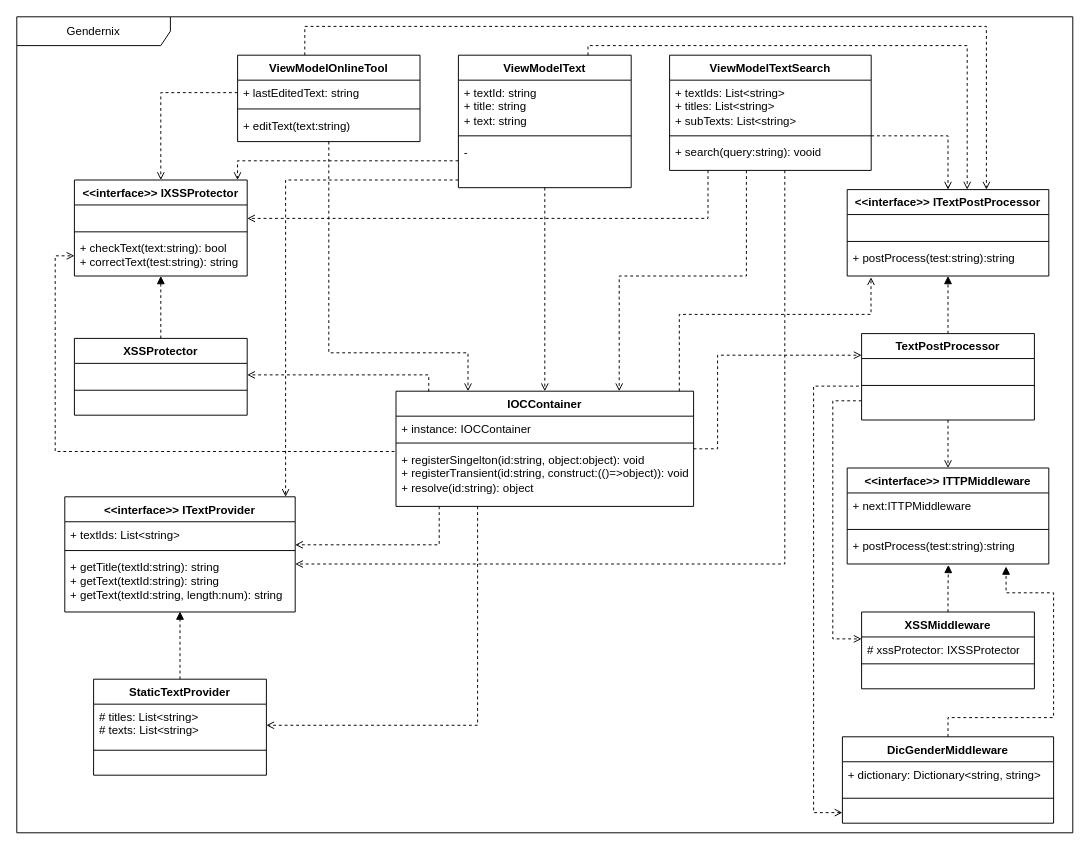
Before: drawio_class_gendernix.drawio in SteiningerSebastian/Gendernix, a draw.io diagram. Source tidied: cells renumbered, new cells numbered last; positions are measured from the earlier drawing's top-left corner, leaving out a move shared by most shapes. Both pictures are drawn from the tidied source at 96%, with x=0, y=0 at pixel (16, 16).
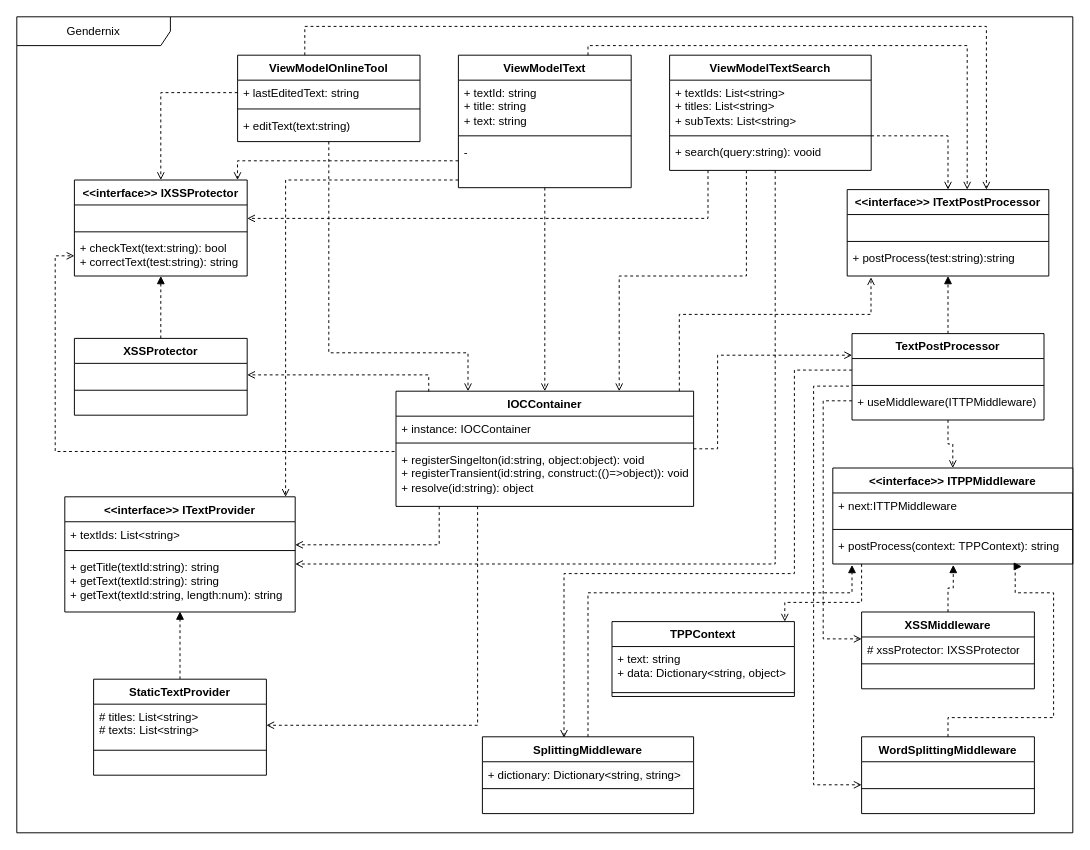
After the change.

Unchanged cells that the change refers to:
```xml
<mxCell id="2" value="Gendernix" style="shape=umlFrame;whiteSpace=wrap;html=1;width=160;" parent="1" vertex="1">
  <mxGeometry width="1100" height="850" as="geometry" />
</mxCell>
<mxCell id="17" value="&amp;lt;&amp;lt;interface&amp;gt;&amp;gt; ITextPostProcessor" style="swimlane;fontStyle=1;align=center;verticalAlign=top;horizontal=1;startSize=26;whiteSpace=wrap;html=1;" parent="2" vertex="1">
  <mxGeometry x="865" y="180" width="210" height="90" as="geometry" />
</mxCell>
<mxCell id="63" value="+ search(query:string): vooid" style="text;strokeColor=none;fillColor=none;align=left;verticalAlign=top;spacingLeft=4;spacingRight=4;overflow=hidden;points=[[0,0.5],[1,0.5]];portConstraint=eastwest;whiteSpace=wrap;html=1;" parent="60" vertex="1">
  <mxGeometry y="88" width="210" height="32" as="geometry" />
</mxCell>
```

Change to the diagram source:
```diff
@@
-    <mxCell id="20" value="+ postProcess(test:string):string" style="text;strokeColor=none;fillColor=none;align=left;verticalAlign=top;spacingLeft=4;spacingRight=4;overflow=hidden;points=[[0,0.5],[1,0.5]];portConstraint=eastwest;whiteSpace=wrap;html=1;" parent="17" vertex="1">
+    <mxCell id="20" value="+ postProcess(test:string):string&lt;br&gt;" style="text;strokeColor=none;fillColor=none;align=left;verticalAlign=top;spacingLeft=4;spacingRight=4;overflow=hidden;points=[[0,0.5],[1,0.5]];portConstraint=eastwest;whiteSpace=wrap;html=1;" parent="17" vertex="1">
       <mxGeometry y="58" width="210" height="32" as="geometry" />
     </mxCell>
@@
     <mxCell id="23" value="TextPostProcessor" style="swimlane;fontStyle=1;align=center;verticalAlign=top;horizontal=1;startSize=26;whiteSpace=wrap;html=1;" parent="2" vertex="1">
-      <mxGeometry x="880" y="330" width="180" height="90" as="geometry" />
+      <mxGeometry x="870" y="330" width="200" height="90" as="geometry" />
     </mxCell>
     <mxCell id="24" value="&amp;nbsp;" style="text;strokeColor=none;fillColor=none;align=left;verticalAlign=top;spacingLeft=4;spacingRight=4;overflow=hidden;points=[[0,0.5],[1,0.5]];portConstraint=eastwest;whiteSpace=wrap;html=1;" parent="23" vertex="1">
-      <mxGeometry y="26" width="180" height="24" as="geometry" />
+      <mxGeometry y="26" width="200" height="24" as="geometry" />
     </mxCell>
     <mxCell id="25" style="line;strokeWidth=1;fillColor=none;align=left;verticalAlign=middle;spacingTop=-1;spacingLeft=3;spacingRight=3;labelPosition=right;strokeColor=inherit;" parent="23" vertex="1">
-      <mxGeometry y="50" width="180" height="8" as="geometry" />
+      <mxGeometry y="50" width="200" height="8" as="geometry" />
     </mxCell>
-    <mxCell id="26" value="&amp;nbsp;" style="text;strokeColor=none;fillColor=none;align=left;verticalAlign=top;spacingLeft=4;spacingRight=4;overflow=hidden;points=[[0,0.5],[1,0.5]];portConstraint=eastwest;whiteSpace=wrap;html=1;" parent="23" vertex="1">
-      <mxGeometry y="58" width="180" height="32" as="geometry" />
+    <mxCell id="26" value="+&amp;nbsp;useMiddleware(ITTPMiddleware)" style="text;strokeColor=none;fillColor=none;align=left;verticalAlign=top;spacingLeft=4;spacingRight=4;overflow=hidden;points=[[0,0.5],[1,0.5]];portConstraint=eastwest;whiteSpace=wrap;html=1;" parent="23" vertex="1">
+      <mxGeometry y="58" width="200" height="32" as="geometry" />
     </mxCell>
-    <mxCell id="27" value="&amp;lt;&amp;lt;interface&amp;gt;&amp;gt; ITTPMiddleware" style="swimlane;fontStyle=1;align=center;verticalAlign=top;horizontal=1;startSize=26;whiteSpace=wrap;html=1;" parent="2" vertex="1">
-      <mxGeometry x="865" y="470" width="210" height="100" as="geometry" />
+    <mxCell id="27" value="&amp;lt;&amp;lt;interface&amp;gt;&amp;gt; ITPPMiddleware" style="swimlane;fontStyle=1;align=center;verticalAlign=top;horizontal=1;startSize=26;whiteSpace=wrap;html=1;" parent="2" vertex="1">
+      <mxGeometry x="850" y="470" width="250" height="100" as="geometry" />
     </mxCell>
     <mxCell id="28" value="+ next:ITTPMiddleware" style="text;strokeColor=none;fillColor=none;align=left;verticalAlign=top;spacingLeft=4;spacingRight=4;overflow=hidden;whiteSpace=wrap;html=1;" parent="27" vertex="1">
-      <mxGeometry y="26" width="210" height="34" as="geometry" />
+      <mxGeometry y="26" width="250" height="34" as="geometry" />
     </mxCell>
     <mxCell id="29" style="line;strokeWidth=1;fillColor=none;align=left;verticalAlign=middle;spacingTop=-1;spacingLeft=3;spacingRight=3;labelPosition=right;strokeColor=inherit;" parent="27" vertex="1">
-      <mxGeometry y="60" width="210" height="8" as="geometry" />
+      <mxGeometry y="60" width="250" height="8" as="geometry" />
     </mxCell>
-    <mxCell id="30" value="+ postProcess(test:string):string" style="text;strokeColor=none;fillColor=none;align=left;verticalAlign=top;spacingLeft=4;spacingRight=4;overflow=hidden;points=[[0,0.5],[1,0.5]];portConstraint=eastwest;whiteSpace=wrap;html=1;" parent="27" vertex="1">
-      <mxGeometry y="68" width="210" height="32" as="geometry" />
+    <mxCell id="30" value="+ postProcess(context: TPPContext): string" style="text;strokeColor=none;fillColor=none;align=left;verticalAlign=top;spacingLeft=4;spacingRight=4;overflow=hidden;points=[[0,0.5],[1,0.5]];portConstraint=eastwest;whiteSpace=wrap;html=1;" parent="27" vertex="1">
+      <mxGeometry y="68" width="250" height="32" as="geometry" />
     </mxCell>
@@
-    <mxCell id="35" value="DicGenderMiddleware" style="swimlane;fontStyle=1;align=center;verticalAlign=top;horizontal=1;startSize=26;whiteSpace=wrap;html=1;" parent="2" vertex="1">
-      <mxGeometry x="860" y="750" width="220" height="90" as="geometry" />
+    <mxCell id="35" value="WordSplittingMiddleware" style="swimlane;fontStyle=1;align=center;verticalAlign=top;horizontal=1;startSize=26;whiteSpace=wrap;html=1;" parent="2" vertex="1">
+      <mxGeometry x="880" y="750" width="180" height="80" as="geometry" />
     </mxCell>
-    <mxCell id="36" value="+ dictionary: Dictionary&amp;lt;string, string&amp;gt;&amp;nbsp;" style="text;strokeColor=none;fillColor=none;align=left;verticalAlign=top;spacingLeft=4;spacingRight=4;overflow=hidden;whiteSpace=wrap;html=1;" parent="35" vertex="1">
-      <mxGeometry y="26" width="220" height="34" as="geometry" />
+    <mxCell id="36" value="&amp;nbsp;" style="text;strokeColor=none;fillColor=none;align=left;verticalAlign=top;spacingLeft=4;spacingRight=4;overflow=hidden;whiteSpace=wrap;html=1;" parent="35" vertex="1">
+      <mxGeometry y="26" width="180" height="24" as="geometry" />
     </mxCell>
     <mxCell id="37" style="line;strokeWidth=1;fillColor=none;align=left;verticalAlign=middle;spacingTop=-1;spacingLeft=3;spacingRight=3;labelPosition=right;strokeColor=inherit;" parent="35" vertex="1">
-      <mxGeometry y="60" width="220" height="8" as="geometry" />
+      <mxGeometry y="50" width="180" height="8" as="geometry" />
     </mxCell>
     <mxCell id="38" value="&amp;nbsp;" style="text;strokeColor=none;fillColor=none;align=left;verticalAlign=top;spacingLeft=4;spacingRight=4;overflow=hidden;points=[[0,0.5],[1,0.5]];portConstraint=eastwest;whiteSpace=wrap;html=1;" parent="35" vertex="1">
-      <mxGeometry y="68" width="220" height="22" as="geometry" />
+      <mxGeometry y="58" width="180" height="22" as="geometry" />
     </mxCell>
@@
     <mxCell id="65" style="edgeStyle=orthogonalEdgeStyle;rounded=0;jettySize=auto;html=1;dashed=1;endArrow=block;endFill=1;entryX=0.788;entryY=1.082;entryDx=0;entryDy=0;exitX=0.5;exitY=0;exitDx=0;exitDy=0;entryPerimeter=0;" parent="2" edge="1" source="35" target="30">
       <mxGeometry relative="1" as="geometry">
         <Array as="points">
           <mxPoint x="970" y="730" />
           <mxPoint x="1080" y="730" />
           <mxPoint x="1080" y="600" />
-          <mxPoint x="1030" y="600" />
-          <mxPoint x="1030" y="573" />
+          <mxPoint x="1040" y="600" />
+          <mxPoint x="1040" y="573" />
         </Array>
       </mxGeometry>
     </mxCell>
@@
     <mxCell id="72" style="edgeStyle=orthogonalEdgeStyle;rounded=0;jettySize=auto;html=1;dashed=1;endArrow=open;endFill=0;" parent="2" edge="1" source="63">
       <mxGeometry relative="1" as="geometry">
         <mxPoint x="290" y="570" as="targetPoint" />
         <Array as="points">
-          <mxPoint x="800" y="570" />
-          <mxPoint x="291" y="570" />
+          <mxPoint x="790" y="570" />
         </Array>
       </mxGeometry>
     </mxCell>
@@
     <mxCell id="78" style="edgeStyle=orthogonalEdgeStyle;rounded=0;orthogonalLoop=1;jettySize=auto;html=1;entryX=0;entryY=0.5;entryDx=0;entryDy=0;dashed=1;endArrow=open;endFill=0;" parent="2" edge="1">
       <mxGeometry relative="1" as="geometry">
-        <mxPoint x="880" y="400" as="sourcePoint" />
+        <mxPoint x="870" y="400" as="sourcePoint" />
         <mxPoint x="880" y="648" as="targetPoint" />
         <Array as="points">
-          <mxPoint x="850" y="400" />
-          <mxPoint x="850" y="648" />
+          <mxPoint x="840" y="400" />
+          <mxPoint x="840" y="648" />
         </Array>
       </mxGeometry>
     </mxCell>
-    <mxCell id="79" style="edgeStyle=orthogonalEdgeStyle;rounded=0;jettySize=auto;html=1;entryX=0;entryY=0.5;entryDx=0;entryDy=0;dashed=1;endArrow=open;endFill=0;exitX=-0.016;exitY=-0.103;exitDx=0;exitDy=0;exitPerimeter=0;" parent="2" edge="1" source="26" target="38">
+    <mxCell id="79" style="edgeStyle=orthogonalEdgeStyle;rounded=0;jettySize=auto;html=1;dashed=1;endArrow=open;endFill=0;exitX=-0.016;exitY=-0.103;exitDx=0;exitDy=0;exitPerimeter=0;" parent="2" edge="1" source="26">
       <mxGeometry relative="1" as="geometry">
+        <mxPoint x="880" y="800" as="targetPoint" />
         <Array as="points">
           <mxPoint x="830" y="385" />
-          <mxPoint x="830" y="829" />
+          <mxPoint x="830" y="800" />
+          <mxPoint x="880" y="800" />
         </Array>
       </mxGeometry>
     </mxCell>
+    <mxCell id="80" value="SplittingMiddleware" style="swimlane;fontStyle=1;align=center;verticalAlign=top;horizontal=1;startSize=26;whiteSpace=wrap;html=1;" parent="2" vertex="1">
+      <mxGeometry x="485" y="750" width="220" height="80" as="geometry" />
+    </mxCell>
+    <mxCell id="81" value="&lt;span style=&quot;color: rgb(0, 0, 0); font-family: Helvetica; font-size: 12px; font-style: normal; font-variant-ligatures: normal; font-variant-caps: normal; font-weight: 400; letter-spacing: normal; orphans: 2; text-align: left; text-indent: 0px; text-transform: none; widows: 2; word-spacing: 0px; -webkit-text-stroke-width: 0px; background-color: rgb(251, 251, 251); text-decoration-thickness: initial; text-decoration-style: initial; text-decoration-color: initial; float: none; display: inline !important;&quot;&gt;+ dictionary: Dictionary&amp;lt;string, string&amp;gt;&amp;nbsp;&lt;/span&gt;&lt;br&gt;" style="text;strokeColor=none;fillColor=none;align=left;verticalAlign=top;spacingLeft=4;spacingRight=4;overflow=hidden;whiteSpace=wrap;html=1;" parent="80" vertex="1">
+      <mxGeometry y="26" width="220" height="24" as="geometry" />
+    </mxCell>
+    <mxCell id="82" style="line;strokeWidth=1;fillColor=none;align=left;verticalAlign=middle;spacingTop=-1;spacingLeft=3;spacingRight=3;labelPosition=right;strokeColor=inherit;" parent="80" vertex="1">
+      <mxGeometry y="50" width="220" height="8" as="geometry" />
+    </mxCell>
+    <mxCell id="83" value="&amp;nbsp;" style="text;strokeColor=none;fillColor=none;align=left;verticalAlign=top;spacingLeft=4;spacingRight=4;overflow=hidden;whiteSpace=wrap;html=1;" parent="80" vertex="1">
+      <mxGeometry y="58" width="220" height="22" as="geometry" />
+    </mxCell>
+    <mxCell id="84" style="edgeStyle=orthogonalEdgeStyle;rounded=0;jettySize=auto;html=1;dashed=1;endArrow=block;endFill=1;" parent="2" edge="1" source="80">
+      <mxGeometry relative="1" as="geometry">
+        <mxPoint x="870" y="571" as="targetPoint" />
+        <Array as="points">
+          <mxPoint x="595" y="600" />
+          <mxPoint x="870" y="600" />
+          <mxPoint x="870" y="571" />
+        </Array>
+      </mxGeometry>
+    </mxCell>
+    <mxCell id="85" style="edgeStyle=orthogonalEdgeStyle;rounded=0;jettySize=auto;html=1;dashed=1;endArrow=open;endFill=0;" parent="2" edge="1" source="24">
+      <mxGeometry relative="1" as="geometry">
+        <mxPoint x="570" y="751" as="targetPoint" />
+        <Array as="points">
+          <mxPoint x="810" y="368" />
+          <mxPoint x="810" y="580" />
+          <mxPoint x="570" y="580" />
+          <mxPoint x="570" y="751" />
+        </Array>
+      </mxGeometry>
+    </mxCell>
+    <mxCell id="86" value="TPPContext" style="swimlane;fontStyle=1;align=center;verticalAlign=top;horizontal=1;startSize=26;whiteSpace=wrap;html=1;" parent="2" vertex="1">
+      <mxGeometry x="620" y="630" width="190" height="78" as="geometry" />
+    </mxCell>
+    <mxCell id="87" value="+ text: string&lt;br&gt;+ data: Dictionary&amp;lt;string, object&amp;gt;" style="text;strokeColor=none;fillColor=none;align=left;verticalAlign=top;spacingLeft=4;spacingRight=4;overflow=hidden;whiteSpace=wrap;html=1;" parent="86" vertex="1">
+      <mxGeometry y="26" width="190" height="44" as="geometry" />
+    </mxCell>
+    <mxCell id="88" style="line;strokeWidth=1;fillColor=none;align=left;verticalAlign=middle;spacingTop=-1;spacingLeft=3;spacingRight=3;labelPosition=right;strokeColor=inherit;" parent="86" vertex="1">
+      <mxGeometry y="70" width="190" height="8" as="geometry" />
+    </mxCell>
+    <mxCell id="89" style="edgeStyle=orthogonalEdgeStyle;rounded=0;jettySize=auto;html=1;dashed=1;endArrow=open;endFill=0;" parent="2" edge="1" source="30" target="86">
+      <mxGeometry relative="1" as="geometry">
+        <Array as="points">
+          <mxPoint x="880" y="610" />
+          <mxPoint x="800" y="610" />
+        </Array>
+      </mxGeometry>
+    </mxCell>
```
